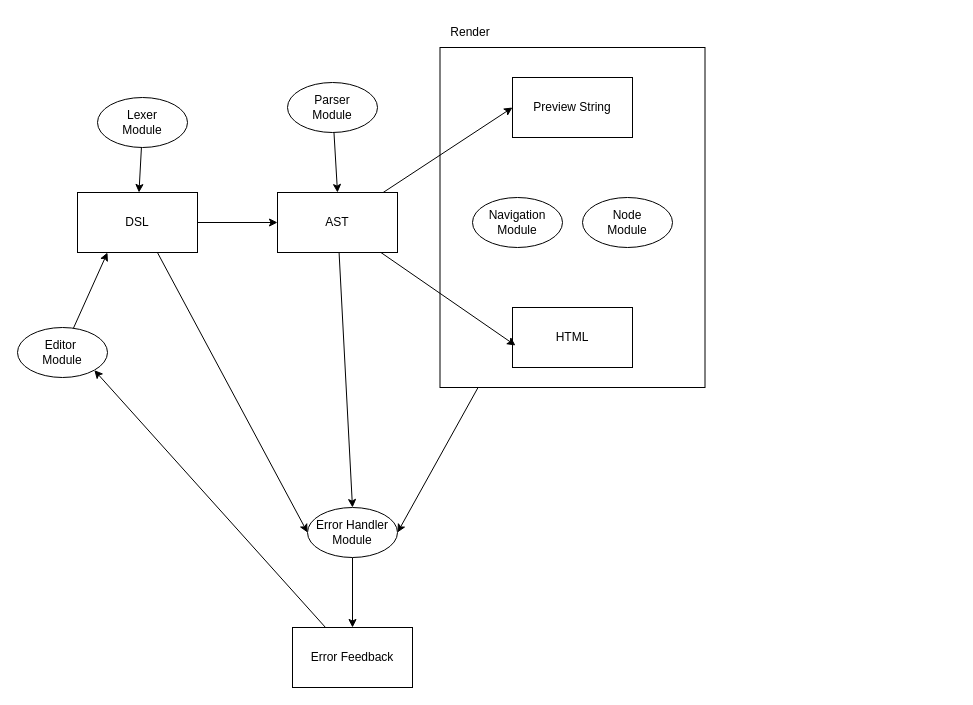
Before: node.drawio in ricardoadorno/proto-typed, a draw.io diagram. Source tidied: cells renumbered, new cells numbered last; positions are measured from the earlier drawing's top-left corner, leaving out a move shared by most shapes. Both pictures are drawn from the tidied source at 100%, with x=0, y=0 at pixel (17, 17).
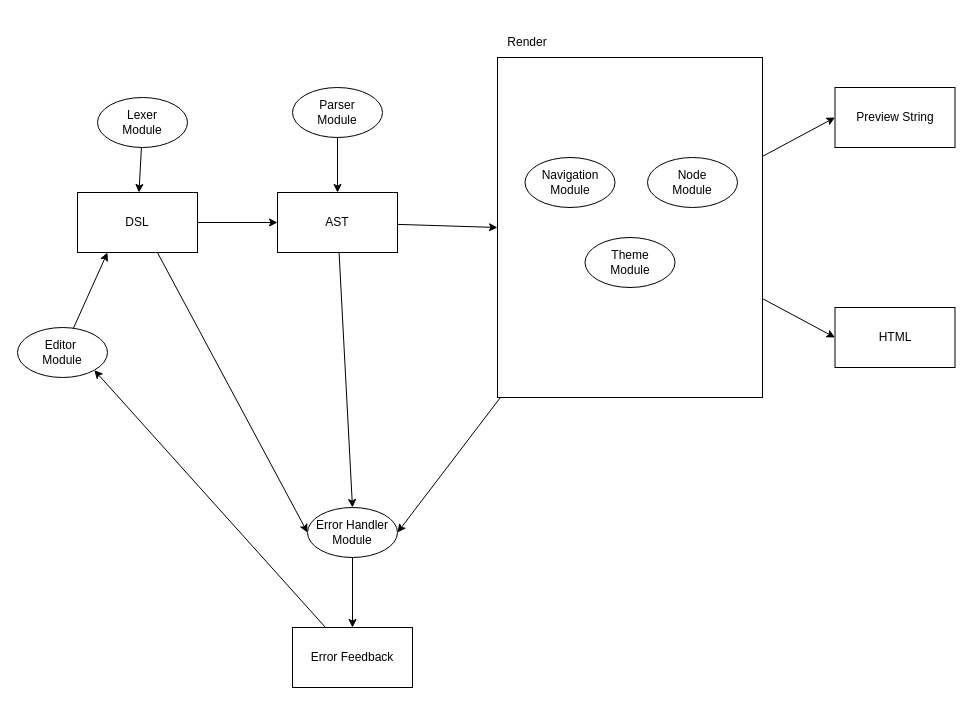
The same page after the edit.

The change refers to these unchanged cells:
```xml
<mxCell id="7" value="AST" style="whiteSpace=wrap;html=1;" parent="1" vertex="1">
  <mxGeometry x="260" y="175" width="120" height="60" as="geometry" />
</mxCell>
```

Diff of the diagram source:
```diff
@@
-    <mxCell id="5" style="edgeStyle=none;html=1;entryX=0;entryY=0.5;entryDx=0;entryDy=0;" parent="1" edge="1" source="7" target="11">
-      <mxGeometry relative="1" as="geometry" />
-    </mxCell>
@@
+    <mxCell id="26" style="edgeStyle=none;html=1;entryX=0;entryY=0.5;entryDx=0;entryDy=0;" parent="1" edge="1" source="7" target="9">
+      <mxGeometry relative="1" as="geometry" />
+    </mxCell>
@@
+    <mxCell id="27" style="edgeStyle=none;html=1;entryX=0;entryY=0.5;entryDx=0;entryDy=0;" parent="1" edge="1" source="9" target="11">
+      <mxGeometry relative="1" as="geometry" />
+    </mxCell>
+    <mxCell id="28" style="edgeStyle=none;html=1;entryX=0;entryY=0.5;entryDx=0;entryDy=0;" parent="1" edge="1" source="9" target="10">
+      <mxGeometry relative="1" as="geometry" />
+    </mxCell>
     <mxCell id="9" style="rounded=0;whiteSpace=wrap;html=1;fillColor=none;" parent="1" vertex="1">
-      <mxGeometry x="422.5" y="30" width="265" height="340" as="geometry" />
+      <mxGeometry x="480" y="40" width="265" height="340" as="geometry" />
     </mxCell>
     <mxCell id="10" value="HTML" style="whiteSpace=wrap;html=1;" parent="1" vertex="1">
-      <mxGeometry x="495" y="290" width="120" height="60" as="geometry" />
+      <mxGeometry x="817.5" y="290" width="120" height="60" as="geometry" />
     </mxCell>
     <mxCell id="11" value="Preview String" style="whiteSpace=wrap;html=1;" parent="1" vertex="1">
-      <mxGeometry x="495" y="60" width="120" height="60" as="geometry" />
+      <mxGeometry x="817.5" y="70" width="120" height="60" as="geometry" />
     </mxCell>
     <mxCell id="12" value="Render" style="text;html=1;align=center;verticalAlign=middle;whiteSpace=wrap;rounded=0;" parent="1" vertex="1">
-      <mxGeometry x="422.5" width="60" height="30" as="geometry" />
+      <mxGeometry x="480" y="10" width="60" height="30" as="geometry" />
     </mxCell>
-    <mxCell id="13" style="edgeStyle=none;html=1;entryX=0.025;entryY=0.633;entryDx=0;entryDy=0;entryPerimeter=0;" parent="1" edge="1" source="7" target="10">
-      <mxGeometry relative="1" as="geometry" />
-    </mxCell>
     <mxCell id="14" value="&lt;font style=&quot;color: light-dark(rgb(0, 0, 0), rgb(255, 255, 255));&quot;&gt;Navigation&lt;/font&gt;&lt;div&gt;&lt;font style=&quot;color: light-dark(rgb(0, 0, 0), rgb(255, 255, 255));&quot;&gt;Module&lt;/font&gt;&lt;/div&gt;" style="ellipse;whiteSpace=wrap;html=1;" parent="1" vertex="1">
-      <mxGeometry x="455" y="180" width="90" height="50" as="geometry" />
+      <mxGeometry x="507.5" y="140" width="90" height="50" as="geometry" />
     </mxCell>
     <mxCell id="15" value="Node&lt;br&gt;&lt;div&gt;&lt;font style=&quot;color: light-dark(rgb(0, 0, 0), rgb(255, 255, 255));&quot;&gt;Module&lt;/font&gt;&lt;/div&gt;" style="ellipse;whiteSpace=wrap;html=1;" parent="1" vertex="1">
-      <mxGeometry x="565" y="180" width="90" height="50" as="geometry" />
+      <mxGeometry x="630" y="140" width="90" height="50" as="geometry" />
     </mxCell>
@@
     <mxCell id="23" value="Parser&lt;div&gt;Module&lt;/div&gt;" style="ellipse;whiteSpace=wrap;html=1;" parent="1" vertex="1">
-      <mxGeometry x="270" y="65" width="90" height="50" as="geometry" />
+      <mxGeometry x="275" y="70" width="90" height="50" as="geometry" />
     </mxCell>
@@
+    <mxCell id="29" value="Theme&lt;br&gt;&lt;div&gt;&lt;font style=&quot;color: light-dark(rgb(0, 0, 0), rgb(255, 255, 255));&quot;&gt;Module&lt;/font&gt;&lt;/div&gt;" style="ellipse;whiteSpace=wrap;html=1;" parent="1" vertex="1">
+      <mxGeometry x="567.5" y="220" width="90" height="50" as="geometry" />
+    </mxCell>
```
